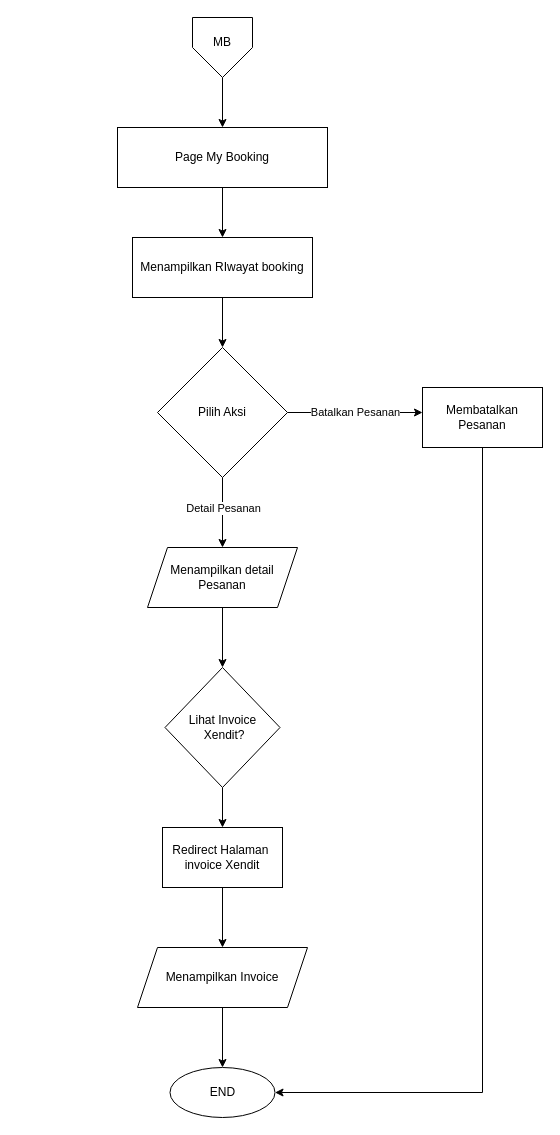
This is page "My Booking" (5 of 6) of Flowchart Hotel Nginep.drawio from Yuuashura/projek-hotel-java-lanjutan, a draw.io file, before an edit. Source tidied: cells renumbered, new cells numbered last; positions are measured from the earlier drawing's top-left corner, leaving out a move shared by most shapes. Both pictures are drawn from the tidied source at 100%, with x=0, y=0 at pixel (117, 17).
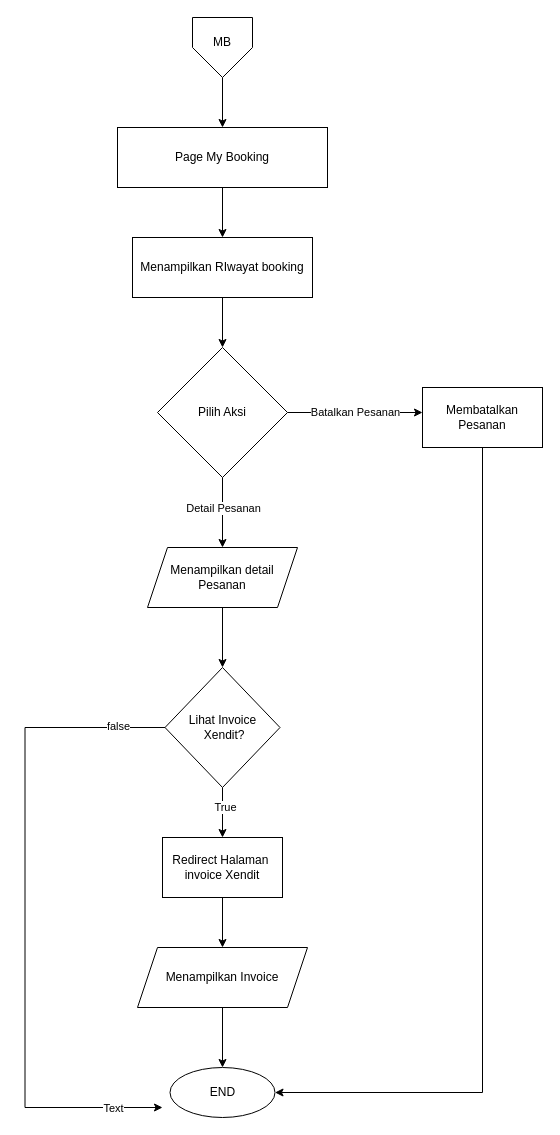
Above is the later version.

The change refers to these unchanged cells:
```xml
<mxCell id="16" style="edgeStyle=orthogonalEdgeStyle;rounded=0;jettySize=auto;html=1;" parent="1" edge="1" source="17" target="19">
  <mxGeometry relative="1" as="geometry" />
</mxCell>
```

Change to the diagram source:
```diff
@@
+    <mxCell id="25" value="True" style="edgeLabel;html=1;align=center;verticalAlign=middle;" parent="16" vertex="1">
+      <mxGeometry x="-0.25" y="2" relative="1" as="geometry" />
+    </mxCell>
+    <mxCell id="26" style="edgeStyle=orthogonalEdgeStyle;rounded=0;orthogonalLoop=1;jettySize=auto;html=1;" parent="1" edge="1">
+      <mxGeometry relative="1" as="geometry">
+        <mxPoint x="157.5" y="710" as="sourcePoint" />
+        <mxPoint x="45" y="1090" as="targetPoint" />
+        <Array as="points">
+          <mxPoint x="-92.5" y="710" />
+          <mxPoint x="-92.5" y="1090" />
+        </Array>
+      </mxGeometry>
+    </mxCell>
+    <mxCell id="27" value="Text" style="edgeLabel;html=1;align=center;verticalAlign=middle;" parent="26" vertex="1">
+      <mxGeometry x="0.87" relative="1" as="geometry" />
+    </mxCell>
+    <mxCell id="28" value="false" style="edgeLabel;html=1;align=center;verticalAlign=middle;" parent="26" vertex="1">
+      <mxGeometry x="-0.59" y="-2" relative="1" as="geometry" />
+    </mxCell>
@@
     <mxCell id="19" value="Redirect Halaman&amp;nbsp;&lt;div&gt;invoice Xendit&lt;/div&gt;" style="rounded=0;whiteSpace=wrap;html=1;" parent="1" vertex="1">
-      <mxGeometry x="45" y="810" width="120" height="60" as="geometry" />
+      <mxGeometry x="45" y="820" width="120" height="60" as="geometry" />
     </mxCell>
```
